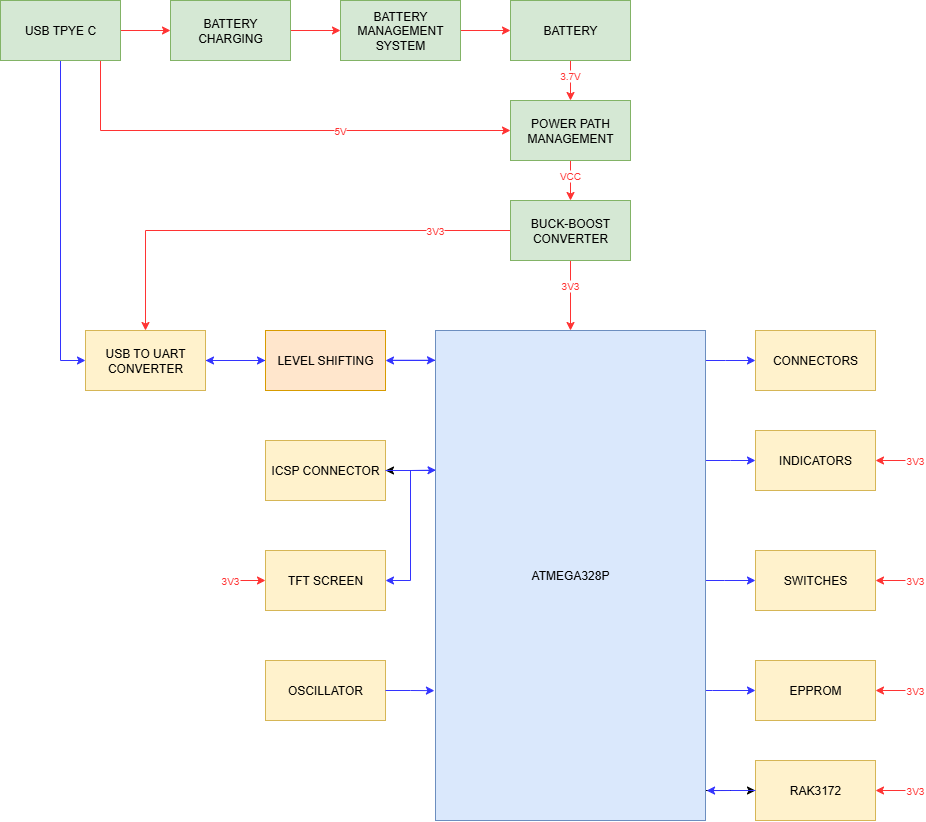
Earlier version of the draw.io export Document/Schematic/Block Diagram KIT_ARDUINO_V1.0.drawio.png (DODANHLUONG/KIT_ARDUINO_V1.0). Source tidied: cells renumbered, new cells last; positions are measured from the earlier drawing's top-left corner, leaving out a move shared by most shapes. Its diagram source:
```xml
<mxGraphModel>
  <root>
    <mxCell id="0" />
    <mxCell id="1" parent="0" />
    <mxCell id="2" style="edgeStyle=orthogonalEdgeStyle;rounded=0;jettySize=auto;html=1;strokeColor=#FF3333;" parent="1" edge="1" source="5" target="7">
      <mxGeometry relative="1" as="geometry" />
    </mxCell>
    <mxCell id="3" style="edgeStyle=orthogonalEdgeStyle;rounded=0;jettySize=auto;html=1;entryX=0;entryY=0.5;entryDx=0;entryDy=0;strokeColor=#3333FF;" parent="1" edge="1" source="5" target="28">
      <mxGeometry relative="1" as="geometry">
        <Array as="points">
          <mxPoint x="60" y="360" />
        </Array>
      </mxGeometry>
    </mxCell>
    <mxCell id="4" style="edgeStyle=orthogonalEdgeStyle;rounded=0;jettySize=auto;html=1;entryX=0;entryY=0.5;entryDx=0;entryDy=0;fillColor=#60a917;strokeColor=#FF3333;" parent="1" edge="1" source="5" target="13">
      <mxGeometry relative="1" as="geometry">
        <Array as="points">
          <mxPoint x="100" y="130" />
        </Array>
      </mxGeometry>
    </mxCell>
    <mxCell id="5" value="USB TPYE C" style="rounded=0;whiteSpace=wrap;html=1;fillColor=#d5e8d4;strokeColor=#82b366;" parent="1" vertex="1">
      <mxGeometry width="120" height="60" as="geometry" />
    </mxCell>
    <mxCell id="6" style="edgeStyle=orthogonalEdgeStyle;rounded=0;jettySize=auto;html=1;strokeColor=#FF3333;" parent="1" edge="1" source="7" target="9">
      <mxGeometry relative="1" as="geometry" />
    </mxCell>
    <mxCell id="7" value="BATTERY CHARGING" style="rounded=0;whiteSpace=wrap;html=1;fillColor=#d5e8d4;strokeColor=#82b366;" parent="1" vertex="1">
      <mxGeometry x="170" width="120" height="60" as="geometry" />
    </mxCell>
    <mxCell id="8" style="edgeStyle=orthogonalEdgeStyle;rounded=0;jettySize=auto;html=1;strokeColor=#FF3333;" parent="1" edge="1" source="9" target="11">
      <mxGeometry relative="1" as="geometry" />
    </mxCell>
    <mxCell id="9" value="BATTERY MANAGEMENT SYSTEM" style="rounded=0;whiteSpace=wrap;html=1;fillColor=#d5e8d4;strokeColor=#82b366;" parent="1" vertex="1">
      <mxGeometry x="340" width="120" height="60" as="geometry" />
    </mxCell>
    <mxCell id="10" style="edgeStyle=orthogonalEdgeStyle;rounded=0;jettySize=auto;html=1;jumpStyle=none;flowAnimation=0;strokeColor=#FF3333;" parent="1" edge="1" source="11" target="13">
      <mxGeometry relative="1" as="geometry" />
    </mxCell>
    <mxCell id="11" value="BATTERY" style="rounded=0;whiteSpace=wrap;html=1;fillColor=#d5e8d4;strokeColor=#82b366;" parent="1" vertex="1">
      <mxGeometry x="510" width="120" height="60" as="geometry" />
    </mxCell>
    <mxCell id="12" style="edgeStyle=orthogonalEdgeStyle;rounded=0;jettySize=auto;html=1;strokeColor=#FF3333;" parent="1" edge="1" source="13" target="16">
      <mxGeometry relative="1" as="geometry" />
    </mxCell>
    <mxCell id="13" value="POWER PATH MANAGEMENT" style="rounded=0;whiteSpace=wrap;html=1;fillColor=#d5e8d4;strokeColor=#82b366;" parent="1" vertex="1">
      <mxGeometry x="510" y="100" width="120" height="60" as="geometry" />
    </mxCell>
    <mxCell id="14" style="edgeStyle=orthogonalEdgeStyle;rounded=0;jettySize=auto;html=1;strokeColor=#FF3333;" parent="1" edge="1" source="16" target="25">
      <mxGeometry relative="1" as="geometry" />
    </mxCell>
    <mxCell id="15" style="edgeStyle=orthogonalEdgeStyle;rounded=0;jettySize=auto;html=1;entryX=0.5;entryY=0;entryDx=0;entryDy=0;strokeColor=#FF3333;" parent="1" edge="1" source="16" target="28">
      <mxGeometry relative="1" as="geometry" />
    </mxCell>
    <mxCell id="16" value="BUCK-BOOST CONVERTER" style="rounded=0;whiteSpace=wrap;html=1;fillColor=#d5e8d4;strokeColor=#82b366;" parent="1" vertex="1">
      <mxGeometry x="510" y="200" width="120" height="60" as="geometry" />
    </mxCell>
    <mxCell id="17" style="edgeStyle=orthogonalEdgeStyle;rounded=0;jettySize=auto;html=1;entryX=1;entryY=0.5;entryDx=0;entryDy=0;" parent="1" edge="1" source="25" target="29">
      <mxGeometry relative="1" as="geometry">
        <Array as="points">
          <mxPoint x="420" y="470" />
          <mxPoint x="420" y="470" />
        </Array>
      </mxGeometry>
    </mxCell>
    <mxCell id="18" style="edgeStyle=orthogonalEdgeStyle;rounded=0;jettySize=auto;html=1;strokeColor=#3333FF;" parent="1" edge="1" source="25" target="30">
      <mxGeometry relative="1" as="geometry">
        <Array as="points">
          <mxPoint x="410" y="470" />
          <mxPoint x="410" y="580" />
        </Array>
      </mxGeometry>
    </mxCell>
    <mxCell id="19" style="edgeStyle=orthogonalEdgeStyle;rounded=0;jettySize=auto;html=1;entryX=0;entryY=0.5;entryDx=0;entryDy=0;" parent="1" edge="1" source="25" target="36">
      <mxGeometry relative="1" as="geometry">
        <Array as="points">
          <mxPoint x="720" y="790" />
          <mxPoint x="720" y="790" />
        </Array>
      </mxGeometry>
    </mxCell>
    <mxCell id="20" style="edgeStyle=orthogonalEdgeStyle;rounded=0;jettySize=auto;html=1;strokeColor=#3333FF;" parent="1" edge="1" source="25" target="35">
      <mxGeometry relative="1" as="geometry">
        <Array as="points">
          <mxPoint x="712" y="690" />
          <mxPoint x="712" y="690" />
        </Array>
      </mxGeometry>
    </mxCell>
    <mxCell id="21" style="edgeStyle=orthogonalEdgeStyle;rounded=0;jettySize=auto;html=1;strokeColor=#3333FF;" parent="1" edge="1" source="25" target="34">
      <mxGeometry relative="1" as="geometry">
        <Array as="points">
          <mxPoint x="724" y="580" />
          <mxPoint x="724" y="580" />
        </Array>
      </mxGeometry>
    </mxCell>
    <mxCell id="22" style="edgeStyle=orthogonalEdgeStyle;rounded=0;jettySize=auto;html=1;entryX=0;entryY=0.5;entryDx=0;entryDy=0;strokeColor=#3333FF;" parent="1" edge="1" source="25" target="33">
      <mxGeometry relative="1" as="geometry">
        <Array as="points">
          <mxPoint x="730" y="460" />
          <mxPoint x="730" y="460" />
        </Array>
      </mxGeometry>
    </mxCell>
    <mxCell id="23" style="edgeStyle=orthogonalEdgeStyle;rounded=0;jettySize=auto;html=1;entryX=0;entryY=0.5;entryDx=0;entryDy=0;strokeColor=#3333FF;" parent="1" edge="1" source="25" target="32">
      <mxGeometry relative="1" as="geometry">
        <Array as="points">
          <mxPoint x="725" y="360" />
          <mxPoint x="725" y="360" />
        </Array>
      </mxGeometry>
    </mxCell>
    <mxCell id="24" style="edgeStyle=orthogonalEdgeStyle;rounded=0;jettySize=auto;html=1;entryX=1;entryY=0.5;entryDx=0;entryDy=0;strokeColor=#3333FF;" parent="1" edge="1" source="25" target="56">
      <mxGeometry relative="1" as="geometry">
        <Array as="points">
          <mxPoint x="430" y="360" />
          <mxPoint x="430" y="360" />
        </Array>
      </mxGeometry>
    </mxCell>
    <mxCell id="25" value="ATMEGA328P" style="rounded=0;whiteSpace=wrap;html=1;fillColor=#dae8fc;strokeColor=#6c8ebf;" parent="1" vertex="1">
      <mxGeometry x="435" y="330" width="270" height="490" as="geometry" />
    </mxCell>
    <mxCell id="26" style="edgeStyle=orthogonalEdgeStyle;rounded=0;orthogonalLoop=1;jettySize=auto;html=1;strokeColor=#3333FF;" parent="1" edge="1">
      <mxGeometry relative="1" as="geometry">
        <mxPoint x="390" y="359.8" as="sourcePoint" />
        <mxPoint x="435" y="359.8" as="targetPoint" />
      </mxGeometry>
    </mxCell>
    <mxCell id="27" style="edgeStyle=orthogonalEdgeStyle;rounded=0;jettySize=auto;html=1;entryX=0;entryY=0.5;entryDx=0;entryDy=0;strokeColor=#3333FF;" parent="1" edge="1" source="28" target="56">
      <mxGeometry relative="1" as="geometry" />
    </mxCell>
    <mxCell id="28" value="USB TO UART CONVERTER" style="rounded=0;whiteSpace=wrap;html=1;fillColor=#fff2cc;strokeColor=#d6b656;" parent="1" vertex="1">
      <mxGeometry x="85" y="330" width="120" height="60" as="geometry" />
    </mxCell>
    <mxCell id="29" value="ICSP CONNECTOR" style="rounded=0;whiteSpace=wrap;html=1;fillColor=#fff2cc;strokeColor=#d6b656;" parent="1" vertex="1">
      <mxGeometry x="265" y="440" width="120" height="60" as="geometry" />
    </mxCell>
    <mxCell id="30" value="TFT SCREEN" style="rounded=0;whiteSpace=wrap;html=1;fillColor=#fff2cc;strokeColor=#d6b656;" parent="1" vertex="1">
      <mxGeometry x="265" y="550" width="120" height="60" as="geometry" />
    </mxCell>
    <mxCell id="31" value="OSCILLATOR" style="rounded=0;whiteSpace=wrap;html=1;fillColor=#fff2cc;strokeColor=#d6b656;" parent="1" vertex="1">
      <mxGeometry x="265" y="660" width="120" height="60" as="geometry" />
    </mxCell>
    <mxCell id="32" value="CONNECTORS" style="rounded=0;whiteSpace=wrap;html=1;fillColor=#fff2cc;strokeColor=#d6b656;" parent="1" vertex="1">
      <mxGeometry x="755" y="330" width="120" height="60" as="geometry" />
    </mxCell>
    <mxCell id="33" value="INDICATORS" style="rounded=0;whiteSpace=wrap;html=1;fillColor=#fff2cc;strokeColor=#d6b656;" parent="1" vertex="1">
      <mxGeometry x="755" y="430" width="120" height="60" as="geometry" />
    </mxCell>
    <mxCell id="34" value="SWITCHES" style="rounded=0;whiteSpace=wrap;html=1;fillColor=#fff2cc;strokeColor=#d6b656;" parent="1" vertex="1">
      <mxGeometry x="755" y="550" width="120" height="60" as="geometry" />
    </mxCell>
    <mxCell id="35" value="EPPROM" style="rounded=0;whiteSpace=wrap;html=1;fillColor=#fff2cc;strokeColor=#d6b656;" parent="1" vertex="1">
      <mxGeometry x="755" y="660" width="120" height="60" as="geometry" />
    </mxCell>
    <mxCell id="36" value="RAK3172" style="rounded=0;whiteSpace=wrap;html=1;fillColor=#fff2cc;strokeColor=#d6b656;" parent="1" vertex="1">
      <mxGeometry x="755" y="760" width="120" height="60" as="geometry" />
    </mxCell>
    <mxCell id="37" style="edgeStyle=orthogonalEdgeStyle;rounded=0;jettySize=auto;html=1;entryX=0.002;entryY=0.285;entryDx=0;entryDy=0;entryPerimeter=0;strokeColor=#3333FF;" parent="1" edge="1" source="29" target="25">
      <mxGeometry relative="1" as="geometry" />
    </mxCell>
    <mxCell id="38" style="edgeStyle=orthogonalEdgeStyle;rounded=0;jettySize=auto;html=1;entryX=-0.004;entryY=0.735;entryDx=0;entryDy=0;entryPerimeter=0;strokeColor=#3333FF;" parent="1" edge="1" source="31" target="25">
      <mxGeometry relative="1" as="geometry" />
    </mxCell>
    <mxCell id="39" style="edgeStyle=orthogonalEdgeStyle;rounded=0;jettySize=auto;html=1;entryX=1.004;entryY=0.939;entryDx=0;entryDy=0;entryPerimeter=0;strokeColor=#3333FF;" parent="1" edge="1" source="36" target="25">
      <mxGeometry relative="1" as="geometry" />
    </mxCell>
    <mxCell id="40" value="3.7V" style="text;html=1;align=center;verticalAlign=middle;whiteSpace=wrap;rounded=0;fillColor=none;gradientColor=none;strokeColor=none;glass=0;shadow=0;fontColor=#FF3333;labelBackgroundColor=default;fontSize=10;" parent="1" vertex="1">
      <mxGeometry x="540" y="60" width="60" height="30" as="geometry" />
    </mxCell>
    <mxCell id="41" value="VCC" style="text;html=1;align=center;verticalAlign=middle;whiteSpace=wrap;rounded=0;fontSize=10;labelBackgroundColor=default;labelBorderColor=none;fontColor=#FF3333;" parent="1" vertex="1">
      <mxGeometry x="540" y="160" width="60" height="30" as="geometry" />
    </mxCell>
    <mxCell id="42" value="3V3" style="text;html=1;align=center;verticalAlign=middle;whiteSpace=wrap;rounded=0;fontSize=10;fontColor=#FF3333;labelBackgroundColor=default;" parent="1" vertex="1">
      <mxGeometry x="540" y="270" width="60" height="30" as="geometry" />
    </mxCell>
    <mxCell id="43" value="3V3" style="text;html=1;align=center;verticalAlign=middle;whiteSpace=wrap;rounded=0;fontSize=10;fontColor=#FF3333;labelBackgroundColor=default;" parent="1" vertex="1">
      <mxGeometry x="405" y="215" width="60" height="30" as="geometry" />
    </mxCell>
    <mxCell id="44" value="5V" style="text;html=1;align=center;verticalAlign=middle;whiteSpace=wrap;rounded=0;fontSize=10;fontColor=#FF3333;labelBackgroundColor=default;" parent="1" vertex="1">
      <mxGeometry x="310" y="115" width="60" height="30" as="geometry" />
    </mxCell>
    <mxCell id="45" style="edgeStyle=orthogonalEdgeStyle;rounded=0;jettySize=auto;html=1;strokeColor=#FF3333;" parent="1" edge="1" source="46" target="30">
      <mxGeometry relative="1" as="geometry" />
    </mxCell>
    <mxCell id="46" value="3V3" style="text;html=1;align=center;verticalAlign=middle;whiteSpace=wrap;rounded=0;fontSize=10;fontColor=#FF3333;labelBackgroundColor=default;" parent="1" vertex="1">
      <mxGeometry x="220" y="565" width="20" height="30" as="geometry" />
    </mxCell>
    <mxCell id="47" style="edgeStyle=orthogonalEdgeStyle;rounded=0;jettySize=auto;html=1;strokeColor=#FF3333;" parent="1" edge="1" source="48" target="35">
      <mxGeometry relative="1" as="geometry" />
    </mxCell>
    <mxCell id="48" value="3V3" style="text;html=1;align=center;verticalAlign=middle;whiteSpace=wrap;rounded=0;fontSize=10;fontColor=#FF3333;labelBackgroundColor=default;" parent="1" vertex="1">
      <mxGeometry x="905" y="675" width="20" height="30" as="geometry" />
    </mxCell>
    <mxCell id="49" style="edgeStyle=orthogonalEdgeStyle;rounded=0;jettySize=auto;html=1;strokeColor=#FF3333;" parent="1" edge="1" source="50" target="34">
      <mxGeometry relative="1" as="geometry" />
    </mxCell>
    <mxCell id="50" value="3V3" style="text;html=1;align=center;verticalAlign=middle;whiteSpace=wrap;rounded=0;fontSize=10;fontColor=#FF3333;labelBackgroundColor=default;" parent="1" vertex="1">
      <mxGeometry x="905" y="565" width="20" height="30" as="geometry" />
    </mxCell>
    <mxCell id="51" style="edgeStyle=orthogonalEdgeStyle;rounded=0;jettySize=auto;html=1;strokeColor=#FF3333;" parent="1" edge="1" source="52" target="33">
      <mxGeometry relative="1" as="geometry" />
    </mxCell>
    <mxCell id="52" value="3V3" style="text;html=1;align=center;verticalAlign=middle;whiteSpace=wrap;rounded=0;fontSize=10;fontColor=#FF3333;labelBackgroundColor=default;" parent="1" vertex="1">
      <mxGeometry x="905" y="445" width="20" height="30" as="geometry" />
    </mxCell>
    <mxCell id="53" style="edgeStyle=orthogonalEdgeStyle;rounded=0;jettySize=auto;html=1;strokeColor=#FF3333;" parent="1" edge="1" source="54" target="36">
      <mxGeometry relative="1" as="geometry" />
    </mxCell>
    <mxCell id="54" value="3V3" style="text;html=1;align=center;verticalAlign=middle;whiteSpace=wrap;rounded=0;fontSize=10;fontColor=#FF3333;labelBackgroundColor=default;" parent="1" vertex="1">
      <mxGeometry x="905" y="775" width="20" height="30" as="geometry" />
    </mxCell>
    <mxCell id="55" style="edgeStyle=orthogonalEdgeStyle;rounded=0;jettySize=auto;html=1;strokeColor=#3333FF;" parent="1" edge="1" source="56" target="28">
      <mxGeometry relative="1" as="geometry" />
    </mxCell>
    <mxCell id="56" value="LEVEL SHIFTING" style="rounded=0;whiteSpace=wrap;html=1;fillColor=#ffe6cc;strokeColor=#d79b00;" parent="1" vertex="1">
      <mxGeometry x="265" y="330" width="120" height="60" as="geometry" />
    </mxCell>
  </root>
</mxGraphModel>
```
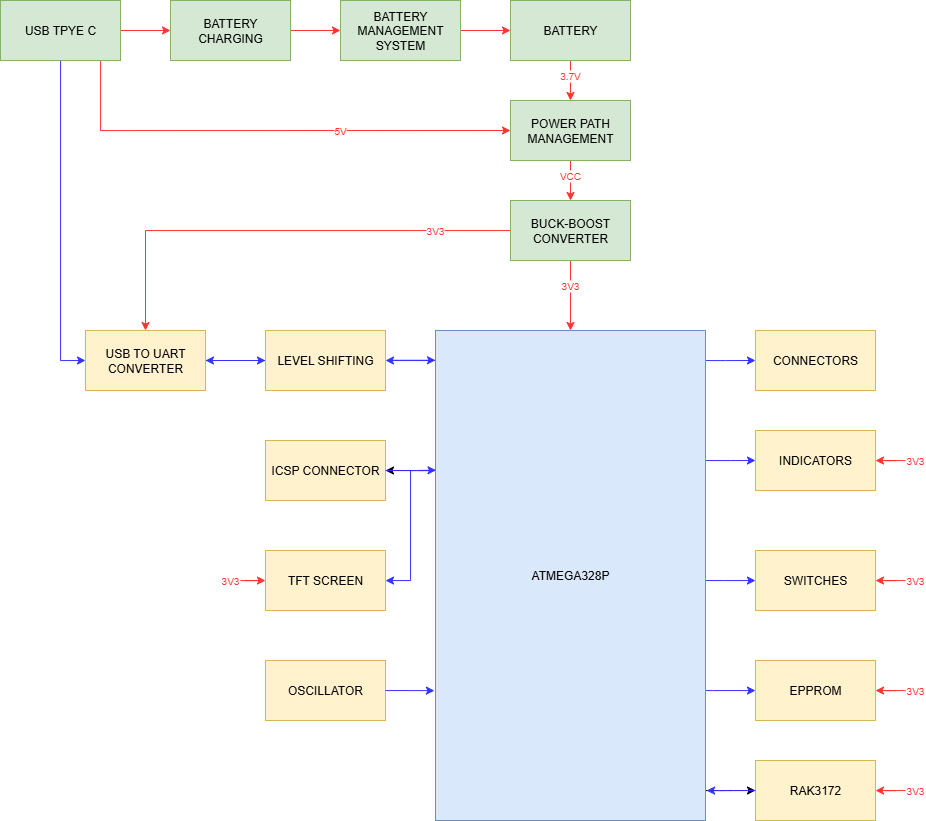
Above is the later version.

What changed in the source:
```diff
@@ -215,7 +215,7 @@
     <mxCell id="55" style="edgeStyle=orthogonalEdgeStyle;rounded=0;jettySize=auto;html=1;strokeColor=#3333FF;" parent="1" edge="1" source="56" target="28">
       <mxGeometry relative="1" as="geometry" />
     </mxCell>
-    <mxCell id="56" value="LEVEL SHIFTING" style="rounded=0;whiteSpace=wrap;html=1;fillColor=#ffe6cc;strokeColor=#d79b00;" parent="1" vertex="1">
+    <mxCell id="56" value="LEVEL SHIFTING" style="rounded=0;whiteSpace=wrap;html=1;fillColor=#fff2cc;strokeColor=#d6b656;" parent="1" vertex="1">
       <mxGeometry x="265" y="330" width="120" height="60" as="geometry" />
     </mxCell>
   </root>
```
